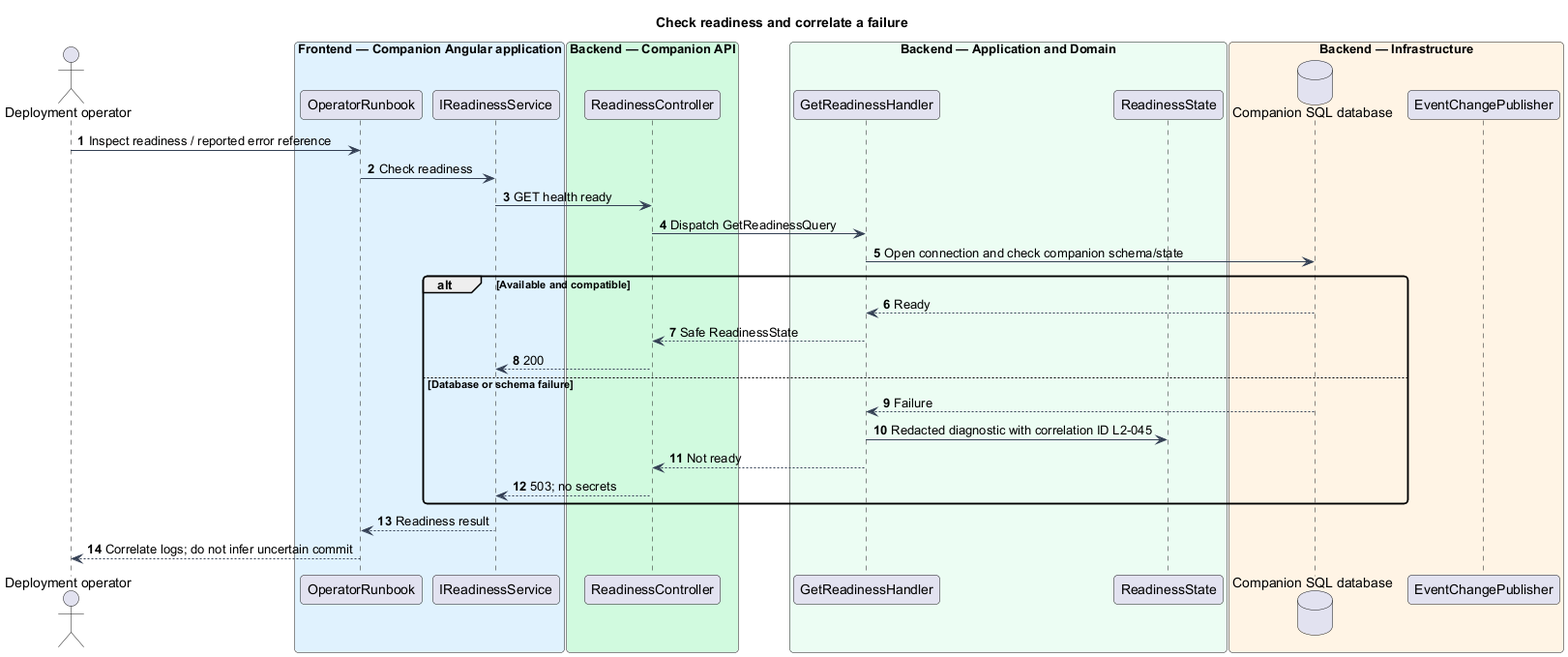
This is docs/detailed-designs/operations/operate-and-restore/diagrams/sequence-readiness.png from QuinntyneBrown/faithtech-toronto-ai-build-event, a PlantUML export, as it was before one commit.
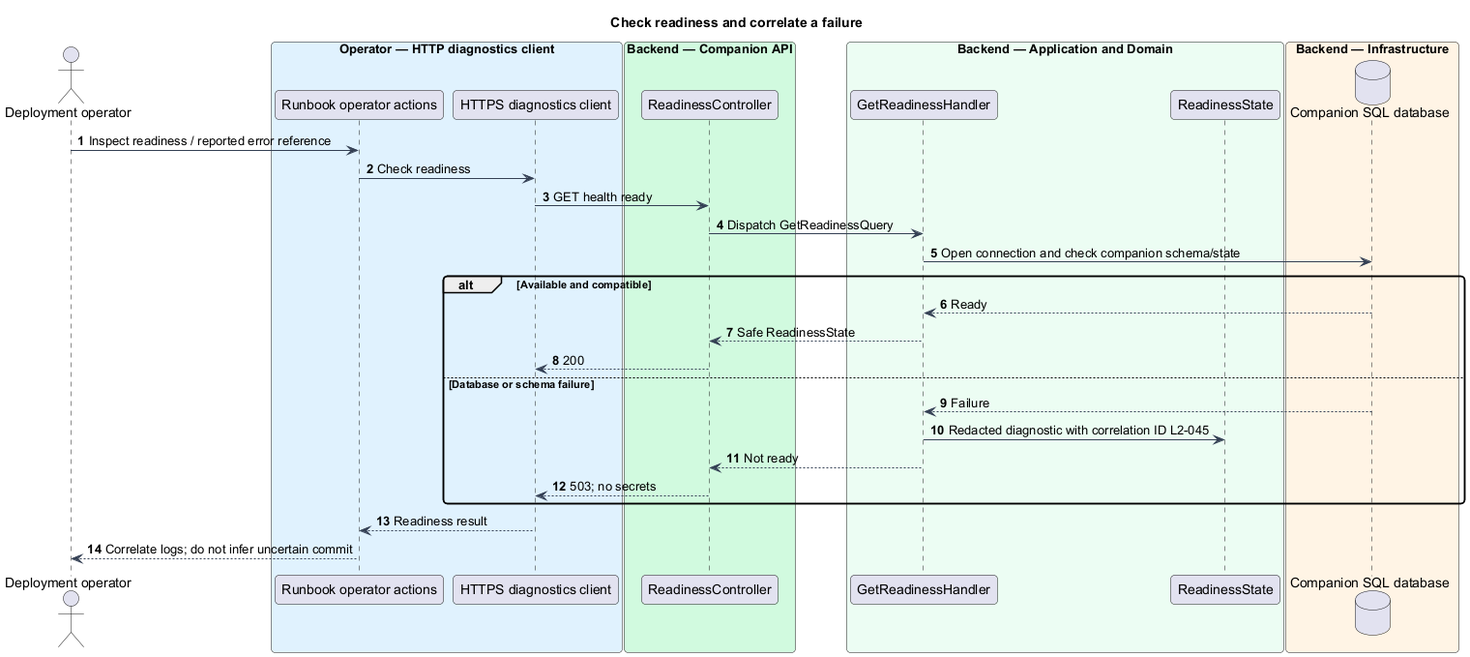
Above is the later version.

Diff of the diagram source:
```diff
@@ -7,9 +7,9 @@
 autonumber
 title Check readiness and correlate a failure
 actor "Deployment operator" as actor
-box "Frontend — Companion Angular application" #E0F2FE
-participant "OperatorRunbook" as page
-participant "IReadinessService" as client
+box "Operator — HTTP diagnostics client" #E0F2FE
+participant "Runbook operator actions" as page
+participant "HTTPS diagnostics client" as client
 end box
 box "Backend — Companion API" #D1FADF
 participant "ReadinessController" as controller
@@ -20,7 +20,6 @@
 end box
 box "Backend — Infrastructure" #FFF4E5
 database "Companion SQL database" as db
-participant "EventChangePublisher" as push
 end box
 actor -> page : Inspect readiness / reported error reference
 page -> client : Check readiness
```
